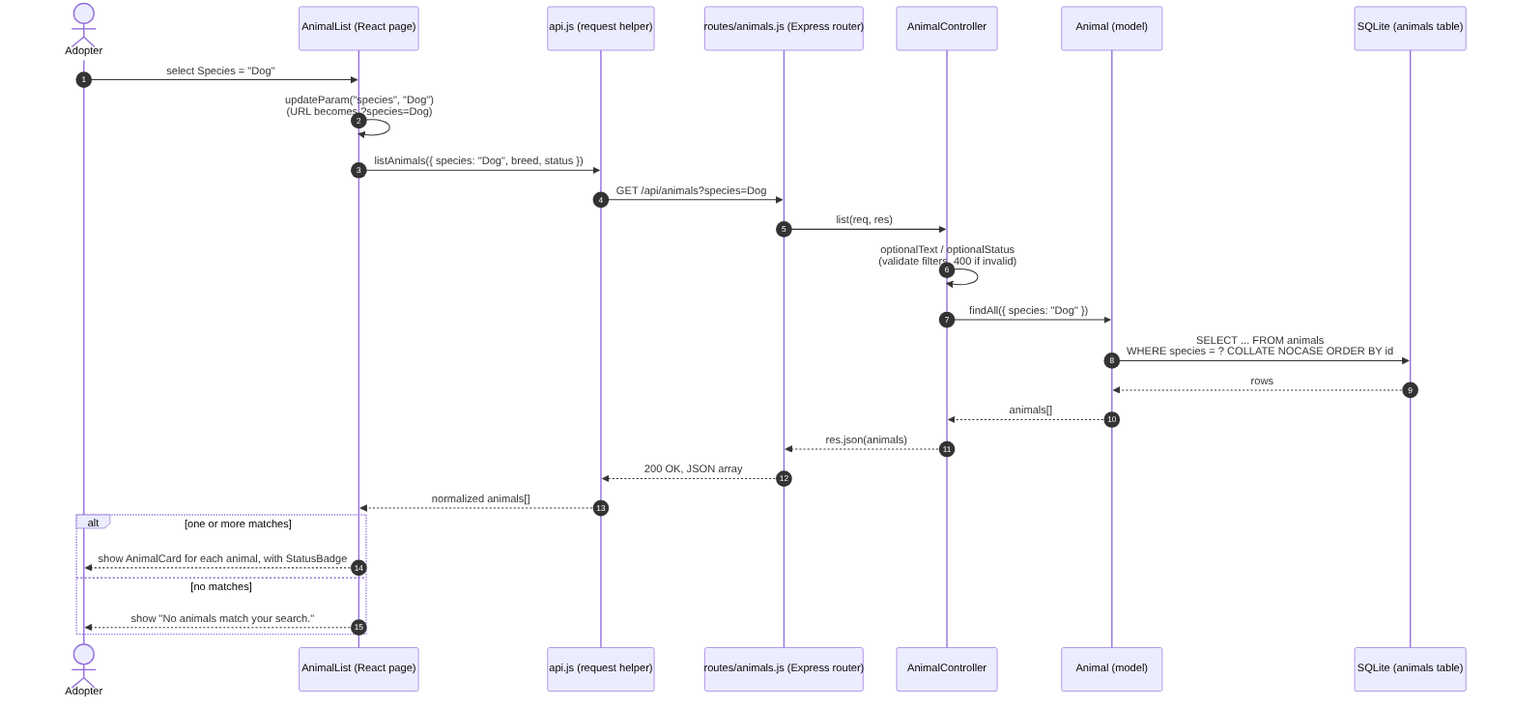
The Mermaid diagram docs/diagrams/6.6-search-animals-sequence.png in animal-shelter-project/Animal-Shelter-and-Adoption-Management-System, before a commit. Its source is kept beside it as docs/diagrams/6.6-search-animals-sequence.mmd.
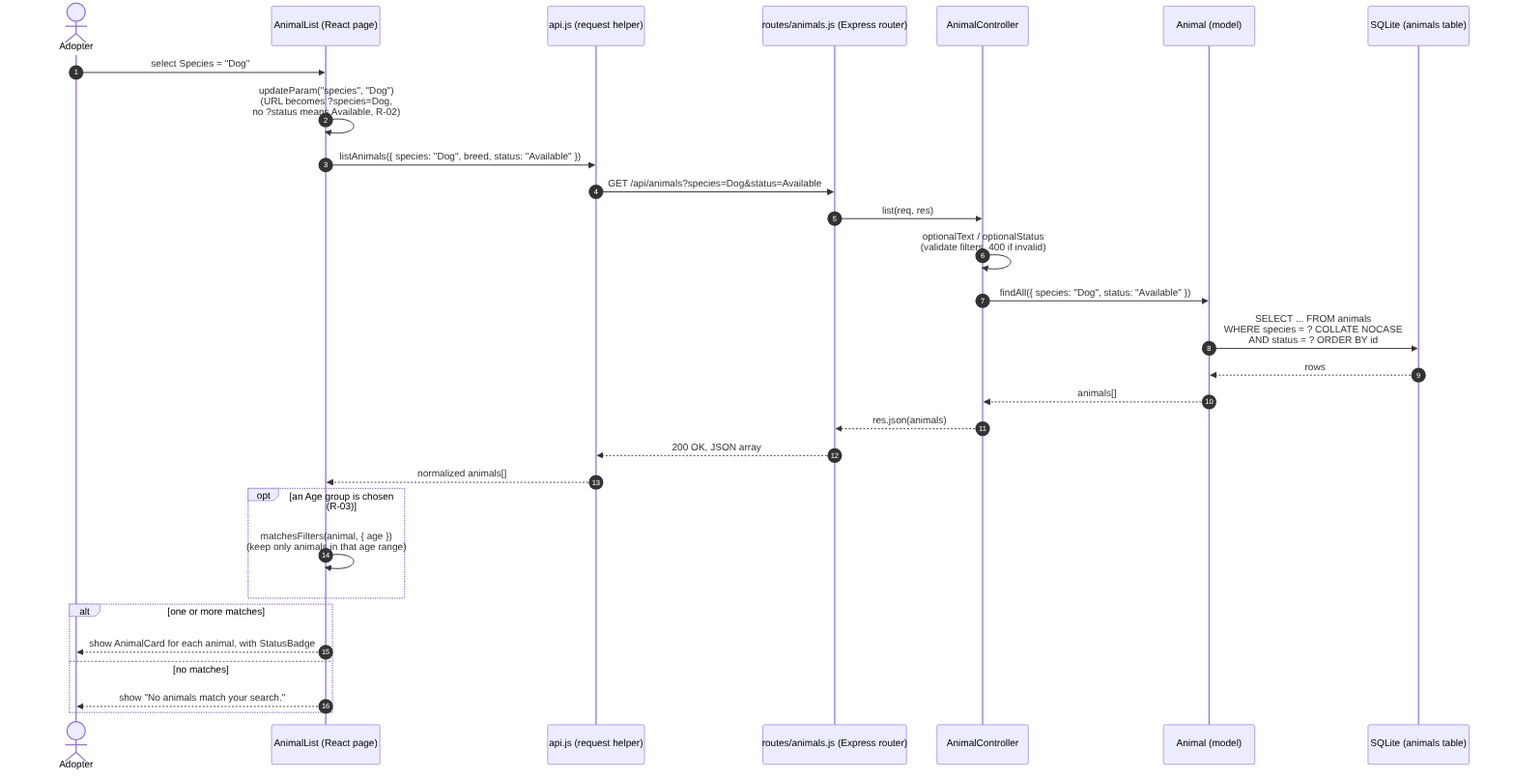
The same file after the commit.

Commit message:
US-01 (proposal R-01): Add Animal form for staff with validation, live preview and confirmation; update 6.6 diagram

The edit, as a diff of the source:
```diff
@@ -9,18 +9,21 @@
     participant DB as SQLite (animals table)
 
     Adopter->>AL: select Species = "Dog"
-    AL->>AL: updateParam("species", "Dog")<br/>(URL becomes ?species=Dog)
-    AL->>API: listAnimals({ species: "Dog", breed, status })
-    API->>R: GET /api/animals?species=Dog
+    AL->>AL: updateParam("species", "Dog")<br/>(URL becomes ?species=Dog,<br/>no ?status means Available, R-02)
+    AL->>API: listAnimals({ species: "Dog", breed, status: "Available" })
+    API->>R: GET /api/animals?species=Dog&status=Available
     R->>AC: list(req, res)
     AC->>AC: optionalText / optionalStatus<br/>(validate filters, 400 if invalid)
-    AC->>A: findAll({ species: "Dog" })
-    A->>DB: SELECT ... FROM animals<br/>WHERE species = ? COLLATE NOCASE ORDER BY id
+    AC->>A: findAll({ species: "Dog", status: "Available" })
+    A->>DB: SELECT ... FROM animals<br/>WHERE species = ? COLLATE NOCASE<br/>AND status = ? ORDER BY id
     DB-->>A: rows
     A-->>AC: animals[]
     AC-->>R: res.json(animals)
     R-->>API: 200 OK, JSON array
     API-->>AL: normalized animals[]
+    opt an Age group is chosen (R-03)
+        AL->>AL: matchesFilters(animal, { age })<br/>(keep only animals in that age range)
+    end
     alt one or more matches
         AL-->>Adopter: show AnimalCard for each animal, with StatusBadge
     else no matches
```
